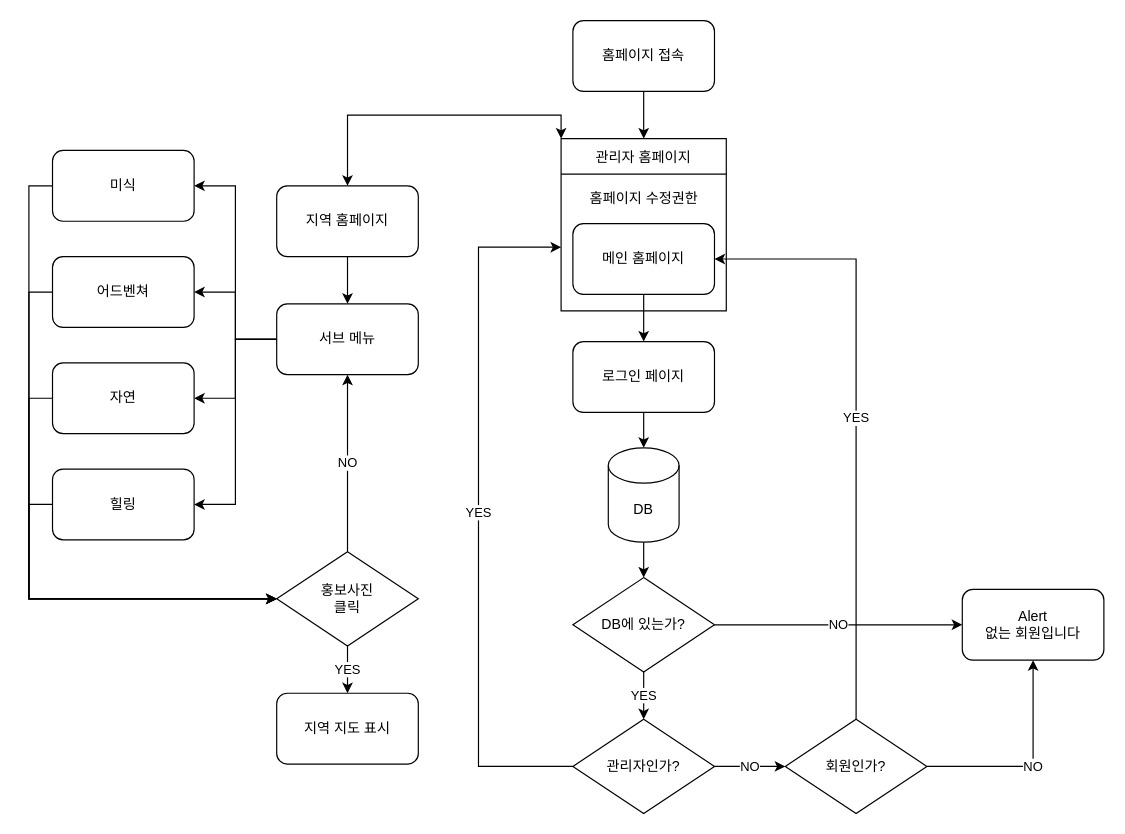
Earlier version of the draw.io diagram Untitled Diagram.drawio (ProjectKM1/JavaProject). Source tidied: cells renumbered, new cells numbered last; positions are measured from the earlier drawing's top-left corner, leaving out a move shared by most shapes. Both pictures are drawn from the tidied source at 118%, with x=0, y=0 at pixel (52, 20).
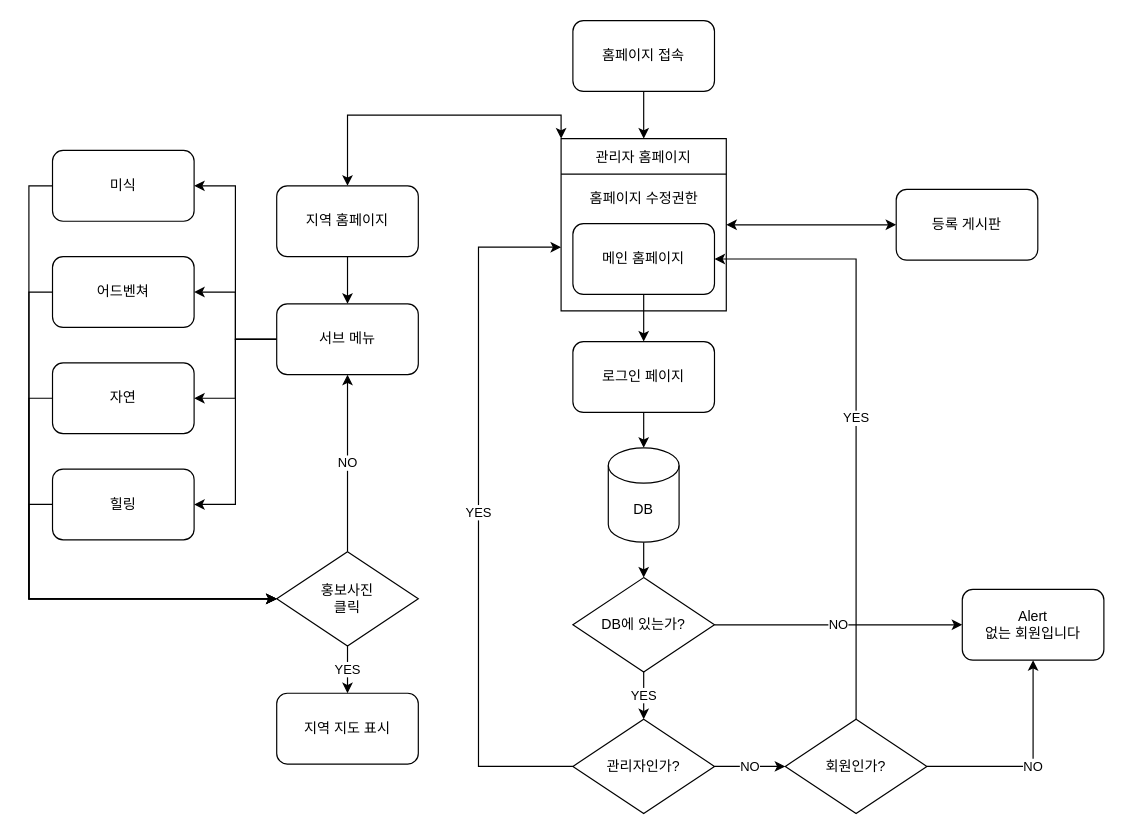
After the change.

Unchanged cells that the change refers to:
```xml
<mxCell id="18" value="관리자 홈페이지" style="swimlane;fontStyle=0;horizontal=1;startSize=30;" parent="1" vertex="1">
  <mxGeometry x="431" y="100" width="140" height="146" as="geometry" />
</mxCell>
```

Change to the diagram source:
```diff
@@
+    <mxCell id="42" style="edgeStyle=orthogonalEdgeStyle;rounded=0;jumpStyle=arc;jumpSize=6;jettySize=auto;html=1;entryX=0;entryY=0.5;entryDx=0;entryDy=0;startArrow=classic;startFill=1;endArrow=classic;endFill=1;" parent="1" edge="1" source="18" target="43">
+      <mxGeometry relative="1" as="geometry" />
+    </mxCell>
@@
+    <mxCell id="43" value="등록 게시판" style="rounded=1;whiteSpace=wrap;html=1;" parent="1" vertex="1">
+      <mxGeometry x="715" y="143" width="120" height="60" as="geometry" />
+    </mxCell>
```
